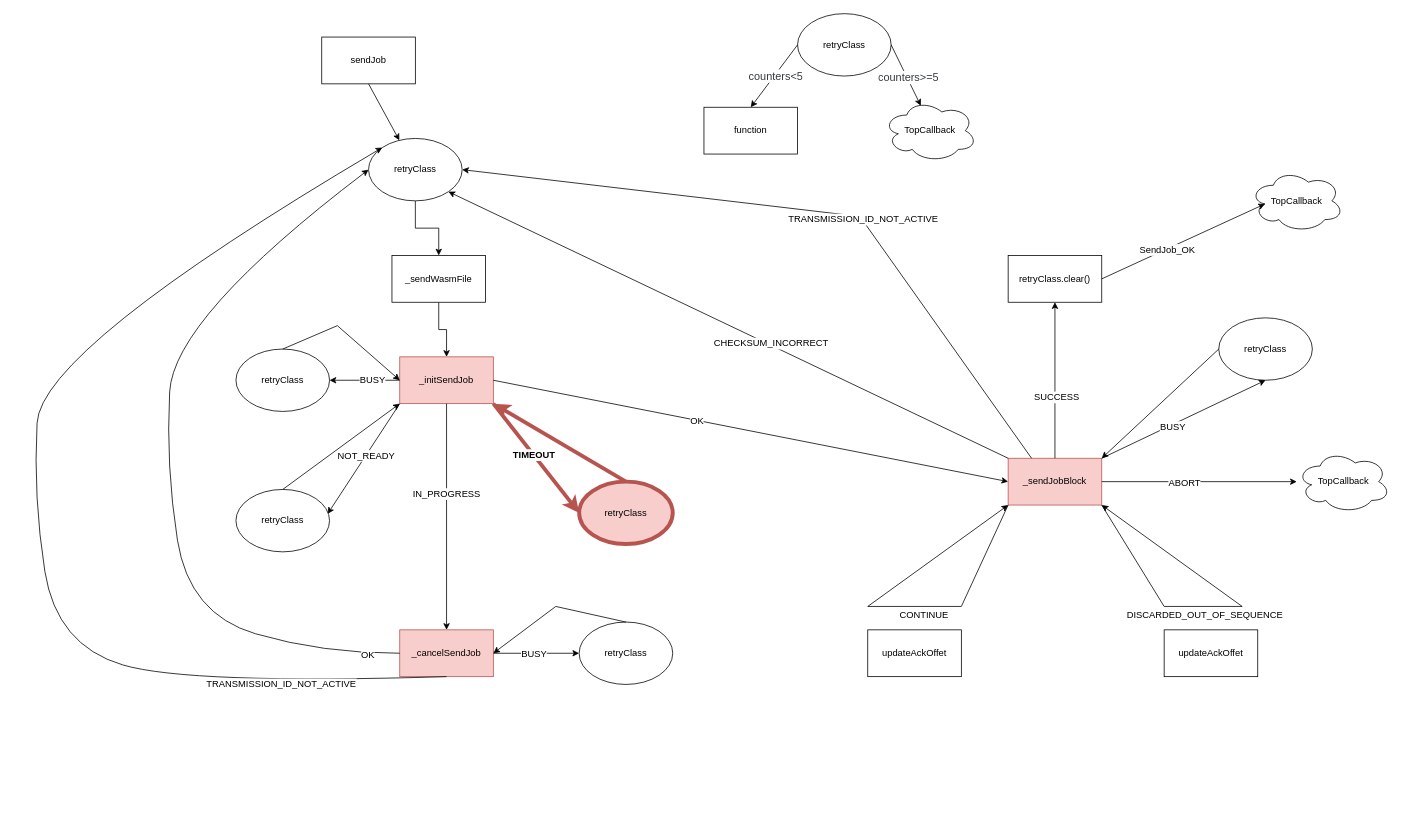
Before: Untitled Diagram.drawio in woruyu/test, a draw.io diagram. Source tidied: cells renumbered, new cells numbered last; positions are measured from the earlier drawing's top-left corner, leaving out a move shared by most shapes. Both pictures are drawn from the tidied source at 78%, with x=0, y=0 at pixel (33, 13).
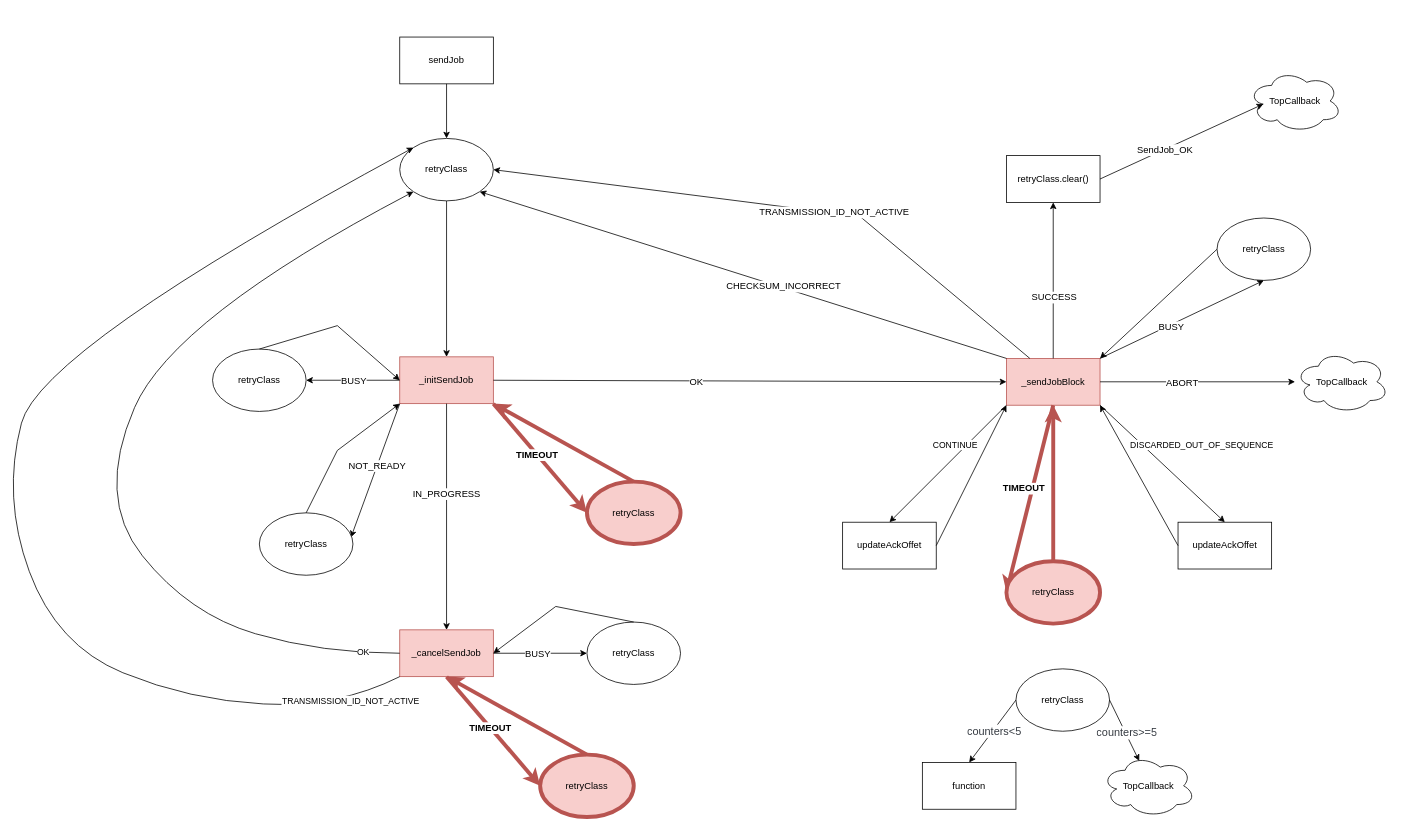
Above is the later version.

The change refers to these unchanged cells:
```xml
<mxCell id="4" value="_initSendJob" style="rounded=0;whiteSpace=wrap;html=1;strokeColor=#b85450;align=center;verticalAlign=middle;fontFamily=Helvetica;fontSize=12;fillColor=#f8cecc;" parent="1" vertex="1">
  <mxGeometry x="470" y="440" width="120" height="60" as="geometry" />
</mxCell>
<mxCell id="18" value="_cancelSendJob" style="rounded=0;whiteSpace=wrap;html=1;strokeColor=#b85450;align=center;verticalAlign=middle;fontFamily=Helvetica;fontSize=12;fillColor=#f8cecc;" parent="1" vertex="1">
  <mxGeometry x="470" y="790" width="120" height="60" as="geometry" />
</mxCell>
<mxCell id="23" style="endArrow=classic;html=1;rounded=0;fontFamily=Helvetica;fontSize=12;fontColor=default;exitX=0;exitY=0.5;exitDx=0;exitDy=0;entryX=1;entryY=0.5;entryDx=0;entryDy=0;" parent="1" edge="1" source="4" target="25">
  <mxGeometry relative="1" as="geometry" />
</mxCell>
```

The edit, as a diff of the source:
```diff
@@
     <mxCell id="2" value="sendJob" style="rounded=0;whiteSpace=wrap;html=1;" parent="1" vertex="1">
-      <mxGeometry x="370" y="30" width="120" height="60" as="geometry" />
+      <mxGeometry x="470" y="30" width="120" height="60" as="geometry" />
     </mxCell>
@@
-    <mxCell id="5" style="endArrow=classic;html=1;rounded=0;fontFamily=Helvetica;fontSize=12;fontColor=default;entryX=0;entryY=0.5;entryDx=0;entryDy=0;" parent="1" edge="1" target="9">
-      <mxGeometry relative="1" as="geometry">
-        <mxPoint x="590" y="470" as="sourcePoint" />
-      </mxGeometry>
+    <mxCell id="5" style="endArrow=classic;html=1;rounded=0;fontFamily=Helvetica;fontSize=12;fontColor=default;entryX=0;entryY=0.5;entryDx=0;entryDy=0;exitX=1;exitY=0.5;exitDx=0;exitDy=0;" parent="1" edge="1" source="4" target="9">
+      <mxGeometry relative="1" as="geometry" />
     </mxCell>
@@
     <mxCell id="9" value="_sendJobBlock" style="rounded=0;whiteSpace=wrap;html=1;strokeColor=#b85450;align=center;verticalAlign=middle;fontFamily=Helvetica;fontSize=12;fillColor=#f8cecc;" parent="1" vertex="1">
-      <mxGeometry x="1250" y="570" width="120" height="60" as="geometry" />
+      <mxGeometry x="1247.8" y="442" width="120" height="60" as="geometry" />
     </mxCell>
     <mxCell id="10" value="retryClass" style="ellipse;whiteSpace=wrap;html=1;rounded=0;strokeColor=default;align=center;verticalAlign=middle;fontFamily=Helvetica;fontSize=12;fontColor=default;fillColor=default;" parent="1" vertex="1">
-      <mxGeometry x="980" width="120" height="80" as="geometry" />
+      <mxGeometry x="1260" y="840" width="120" height="80" as="geometry" />
     </mxCell>
     <mxCell id="11" style="endArrow=classic;html=1;rounded=0;fontFamily=Helvetica;fontSize=12;fontColor=default;exitX=0;exitY=0.5;exitDx=0;exitDy=0;" parent="1" edge="1" source="10">
       <mxGeometry relative="1" as="geometry">
-        <mxPoint x="920" y="120" as="targetPoint" />
+        <mxPoint x="1200" y="960" as="targetPoint" />
       </mxGeometry>
     </mxCell>
@@
     <mxCell id="15" value="function" style="rounded=0;whiteSpace=wrap;html=1;strokeColor=default;align=center;verticalAlign=middle;fontFamily=Helvetica;fontSize=12;fontColor=default;fillColor=default;" parent="1" vertex="1">
-      <mxGeometry x="860" y="120" width="120" height="60" as="geometry" />
+      <mxGeometry x="1140" y="960" width="120" height="60" as="geometry" />
     </mxCell>
@@
     <mxCell id="21" value="retryClass" style="ellipse;whiteSpace=wrap;html=1;rounded=0;strokeColor=default;align=center;verticalAlign=middle;fontFamily=Helvetica;fontSize=12;fontColor=default;fillColor=default;" parent="1" vertex="1">
-      <mxGeometry x="260" y="610" width="120" height="80" as="geometry" />
+      <mxGeometry x="290" y="640" width="120" height="80" as="geometry" />
     </mxCell>
     <mxCell id="22" style="endArrow=classic;html=1;rounded=0;fontFamily=Helvetica;fontSize=12;fontColor=default;exitX=0.5;exitY=0;exitDx=0;exitDy=0;entryX=0;entryY=1;entryDx=0;entryDy=0;" parent="1" edge="1" source="21" target="4">
-      <mxGeometry relative="1" as="geometry" />
+      <mxGeometry relative="1" as="geometry">
+        <Array as="points">
+          <mxPoint x="390" y="560" />
+        </Array>
+      </mxGeometry>
     </mxCell>
@@
     <mxCell id="24" value="BUSY" style="edgeLabel;html=1;align=center;verticalAlign=middle;rounded=0;strokeColor=default;fontFamily=Helvetica;fontSize=12;fontColor=default;fillColor=default;" parent="23" vertex="1">
-      <mxGeometry x="-0.21" y="-1" relative="1" as="geometry" />
+      <mxGeometry x="-0.21" y="-1" relative="1" as="geometry">
+        <mxPoint x="-13" y="1" as="offset" />
+      </mxGeometry>
     </mxCell>
     <mxCell id="25" value="retryClass" style="ellipse;whiteSpace=wrap;html=1;rounded=0;strokeColor=default;align=center;verticalAlign=middle;fontFamily=Helvetica;fontSize=12;fontColor=default;fillColor=default;" parent="1" vertex="1">
-      <mxGeometry x="260" y="430" width="120" height="80" as="geometry" />
+      <mxGeometry x="230" y="430" width="120" height="80" as="geometry" />
     </mxCell>
     <mxCell id="26" value="retryClass" style="ellipse;whiteSpace=wrap;html=1;rounded=0;strokeColor=#b85450;align=center;verticalAlign=middle;fontFamily=Helvetica;fontSize=12;fillColor=#f8cecc;strokeWidth=5;" parent="1" vertex="1">
-      <mxGeometry x="700" y="600" width="120" height="80" as="geometry" />
+      <mxGeometry x="710" y="600" width="120" height="80" as="geometry" />
     </mxCell>
@@
-    <mxCell id="29" style="curved=1;endArrow=classic;html=1;rounded=0;fontFamily=Helvetica;fontSize=12;fontColor=default;exitX=0;exitY=0.5;exitDx=0;exitDy=0;entryX=0;entryY=0.5;entryDx=0;entryDy=0;" parent="1" edge="1" source="18" target="58">
+    <mxCell id="29" style="curved=1;endArrow=classic;html=1;rounded=0;fontFamily=Helvetica;fontSize=12;fontColor=default;exitX=0;exitY=0.5;exitDx=0;exitDy=0;entryX=0;entryY=1;entryDx=0;entryDy=0;" parent="1" edge="1" source="18" target="58">
       <mxGeometry relative="1" as="geometry">
         <Array as="points">
           <mxPoint x="370" y="820" />
           <mxPoint x="200" y="770" />
-          <mxPoint x="170" y="580" />
+          <mxPoint x="80" y="620" />
           <mxPoint x="180" y="390" />
         </Array>
       </mxGeometry>
     </mxCell>
-    <mxCell id="30" value="OK" style="edgeLabel;html=1;align=center;verticalAlign=middle;rounded=0;strokeColor=default;fontFamily=Helvetica;fontSize=12;fontColor=default;fillColor=default;" parent="29" vertex="1">
-      <mxGeometry x="-0.43" y="-4" relative="1" as="geometry">
-        <mxPoint x="225" y="53" as="offset" />
-      </mxGeometry>
+    <mxCell id="30" value="OK" style="edgeLabel;html=1;align=center;verticalAlign=middle;" parent="29" vertex="1">
+      <mxGeometry x="-0.91" y="-2" relative="1" as="geometry" />
     </mxCell>
     <mxCell id="31" value="TopCallback" style="ellipse;shape=cloud;whiteSpace=wrap;html=1;rounded=0;strokeColor=default;align=center;verticalAlign=middle;fontFamily=Helvetica;fontSize=12;fontColor=default;fillColor=default;" parent="1" vertex="1">
-      <mxGeometry x="1090" y="110" width="120" height="80" as="geometry" />
+      <mxGeometry x="1370" y="950" width="120" height="80" as="geometry" />
     </mxCell>
@@
     <mxCell id="34" value="retryClass" style="ellipse;whiteSpace=wrap;html=1;rounded=0;strokeColor=default;align=center;verticalAlign=middle;fontFamily=Helvetica;fontSize=12;fontColor=default;fillColor=default;" parent="1" vertex="1">
-      <mxGeometry x="700" y="780" width="120" height="80" as="geometry" />
+      <mxGeometry x="710" y="780" width="120" height="80" as="geometry" />
     </mxCell>
@@
-    <mxCell id="36" style="endArrow=classic;html=1;rounded=0;fontFamily=Helvetica;fontSize=12;fontColor=default;exitX=0;exitY=1;exitDx=0;exitDy=0;entryX=0;entryY=1;entryDx=0;entryDy=0;" parent="1" edge="1" source="9" target="9">
-      <mxGeometry relative="1" as="geometry">
-        <Array as="points">
-          <mxPoint x="1190" y="760" />
-          <mxPoint x="1070" y="760" />
-        </Array>
-      </mxGeometry>
-    </mxCell>
-    <mxCell id="37" value="CONTINUE" style="edgeLabel;html=1;align=center;verticalAlign=middle;rounded=0;strokeColor=default;fontFamily=Helvetica;fontSize=12;fontColor=default;fillColor=default;" parent="36" vertex="1">
-      <mxGeometry x="-0.21" y="-1" relative="1" as="geometry">
-        <mxPoint y="11" as="offset" />
-      </mxGeometry>
-    </mxCell>
@@
     <mxCell id="40" value="retryClass.clear()" style="rounded=0;whiteSpace=wrap;html=1;strokeColor=default;align=center;verticalAlign=middle;fontFamily=Helvetica;fontSize=12;fontColor=default;fillColor=default;" parent="1" vertex="1">
-      <mxGeometry x="1250" y="310" width="120" height="60" as="geometry" />
+      <mxGeometry x="1247.8" y="182" width="120" height="60" as="geometry" />
     </mxCell>
     <mxCell id="41" value="TopCallback" style="ellipse;shape=cloud;whiteSpace=wrap;html=1;rounded=0;strokeColor=default;align=center;verticalAlign=middle;fontFamily=Helvetica;fontSize=12;fontColor=default;fillColor=default;" parent="1" vertex="1">
-      <mxGeometry x="1560" y="200" width="120" height="80" as="geometry" />
+      <mxGeometry x="1557.8" y="72" width="120" height="80" as="geometry" />
     </mxCell>
     <mxCell id="42" style="endArrow=classic;html=1;rounded=0;fontFamily=Helvetica;fontSize=12;fontColor=default;entryX=0.16;entryY=0.55;entryDx=0;entryDy=0;entryPerimeter=0;" parent="1" edge="1" target="41">
       <mxGeometry relative="1" as="geometry">
-        <mxPoint x="1370" y="340" as="sourcePoint" />
+        <mxPoint x="1367.8" y="212" as="sourcePoint" />
       </mxGeometry>
     </mxCell>
@@
-    <mxCell id="48" style="endArrow=classic;html=1;rounded=0;fontFamily=Helvetica;fontSize=12;fontColor=default;exitX=1;exitY=1;exitDx=0;exitDy=0;" parent="1" edge="1" source="9">
-      <mxGeometry relative="1" as="geometry">
-        <mxPoint x="1370" y="630" as="targetPoint" />
-        <Array as="points">
-          <mxPoint x="1450" y="760" />
-          <mxPoint x="1550" y="760" />
-        </Array>
-      </mxGeometry>
-    </mxCell>
-    <mxCell id="49" value="DISCARDED_OUT_OF_SEQUENCE" style="edgeLabel;html=1;align=center;verticalAlign=middle;rounded=0;strokeColor=default;fontFamily=Helvetica;fontSize=12;fontColor=default;fillColor=default;" parent="48" vertex="1">
-      <mxGeometry x="-0.18" y="-1" relative="1" as="geometry">
-        <mxPoint x="9" y="9" as="offset" />
-      </mxGeometry>
-    </mxCell>
     <mxCell id="50" value="TopCallback" style="ellipse;shape=cloud;whiteSpace=wrap;html=1;rounded=0;strokeColor=default;align=center;verticalAlign=middle;fontFamily=Helvetica;fontSize=12;fontColor=default;fillColor=default;" parent="1" vertex="1">
-      <mxGeometry x="1620" y="560" width="120" height="80" as="geometry" />
+      <mxGeometry x="1617.8" y="432" width="120" height="80" as="geometry" />
     </mxCell>
@@
     <mxCell id="53" value="retryClass" style="ellipse;whiteSpace=wrap;html=1;rounded=0;strokeColor=default;align=center;verticalAlign=middle;fontFamily=Helvetica;fontSize=12;fontColor=default;fillColor=default;" parent="1" vertex="1">
-      <mxGeometry x="1520" y="390" width="120" height="80" as="geometry" />
+      <mxGeometry x="1517.8" y="262" width="120" height="80" as="geometry" />
     </mxCell>
@@
-    <mxCell id="57" style="edgeStyle=orthogonalEdgeStyle;rounded=0;jettySize=auto;html=1;entryX=0.5;entryY=0;entryDx=0;entryDy=0;fontFamily=Helvetica;fontSize=12;fontColor=default;" parent="1" edge="1" source="58" target="62">
+    <mxCell id="57" style="edgeStyle=orthogonalEdgeStyle;rounded=0;jettySize=auto;html=1;entryX=0.5;entryY=0;entryDx=0;entryDy=0;fontFamily=Helvetica;fontSize=12;fontColor=default;" parent="1" edge="1" source="58" target="4">
       <mxGeometry relative="1" as="geometry" />
     </mxCell>
     <mxCell id="58" value="retryClass" style="ellipse;whiteSpace=wrap;html=1;rounded=0;strokeColor=default;align=center;verticalAlign=middle;fontFamily=Helvetica;fontSize=12;fontColor=default;fillColor=default;" parent="1" vertex="1">
-      <mxGeometry x="430" y="160" width="120" height="80" as="geometry" />
+      <mxGeometry x="470" y="160" width="120" height="80" as="geometry" />
     </mxCell>
-    <mxCell id="59" style="curved=1;endArrow=classic;html=1;rounded=0;fontFamily=Helvetica;fontSize=12;fontColor=default;exitX=0.5;exitY=1;exitDx=0;exitDy=0;entryX=0;entryY=0;entryDx=0;entryDy=0;" parent="1" edge="1" source="18" target="58">
+    <mxCell id="59" style="curved=1;endArrow=classic;html=1;rounded=0;fontFamily=Helvetica;fontSize=12;fontColor=default;exitX=0;exitY=1;exitDx=0;exitDy=0;entryX=0;entryY=0;entryDx=0;entryDy=0;" parent="1" edge="1" source="18" target="58">
       <mxGeometry relative="1" as="geometry">
         <Array as="points">
-          <mxPoint x="200" y="860" />
+          <mxPoint x="390" y="890" />
+          <mxPoint x="200" y="880" />
           <mxPoint x="30" y="810" />
-          <mxPoint y="620" />
+          <mxPoint x="-40" y="620" />
           <mxPoint x="10" y="430" />
         </Array>
       </mxGeometry>
     </mxCell>
-    <mxCell id="60" value="TRANSMISSION_ID_NOT_ACTIVE" style="edgeLabel;html=1;align=center;verticalAlign=middle;rounded=0;strokeColor=default;fontFamily=Helvetica;fontSize=12;fontColor=default;fillColor=default;" parent="59" vertex="1">
-      <mxGeometry x="-0.72" y="-3" relative="1" as="geometry">
-        <mxPoint x="-16" y="7" as="offset" />
-      </mxGeometry>
+    <mxCell id="60" value="TRANSMISSION_ID_NOT_ACTIVE" style="edgeLabel;html=1;align=center;verticalAlign=middle;" parent="59" vertex="1">
+      <mxGeometry x="-0.9" y="-1" relative="1" as="geometry" />
     </mxCell>
-    <mxCell id="61" style="edgeStyle=orthogonalEdgeStyle;rounded=0;jettySize=auto;html=1;entryX=0.5;entryY=0;entryDx=0;entryDy=0;fontFamily=Helvetica;fontSize=12;fontColor=default;" parent="1" edge="1" source="62" target="4">
-      <mxGeometry relative="1" as="geometry" />
-    </mxCell>
-    <mxCell id="62" value="_sendWasmFile" style="rounded=0;whiteSpace=wrap;html=1;" parent="1" vertex="1">
-      <mxGeometry x="460" y="310" width="120" height="60" as="geometry" />
-    </mxCell>
     <mxCell id="63" value="updateAckOffet" style="rounded=0;whiteSpace=wrap;html=1;strokeColor=default;align=center;verticalAlign=middle;fontFamily=Helvetica;fontSize=12;fontColor=default;fillColor=default;" parent="1" vertex="1">
-      <mxGeometry x="1070" y="790" width="120" height="60" as="geometry" />
+      <mxGeometry x="1037.8" y="652" width="120" height="60" as="geometry" />
     </mxCell>
     <mxCell id="64" value="updateAckOffet" style="rounded=0;whiteSpace=wrap;html=1;strokeColor=default;align=center;verticalAlign=middle;fontFamily=Helvetica;fontSize=12;fontColor=default;fillColor=default;" parent="1" vertex="1">
-      <mxGeometry x="1450" y="790" width="120" height="60" as="geometry" />
+      <mxGeometry x="1467.8" y="652" width="120" height="60" as="geometry" />
     </mxCell>
+    <mxCell id="65" style="endArrow=classic;html=1;rounded=0;fontFamily=Helvetica;fontSize=12;fontColor=default;exitX=0.5;exitY=1;exitDx=0;exitDy=0;entryX=0;entryY=0.5;entryDx=0;entryDy=0;fillColor=#f8cecc;strokeColor=#b85450;strokeWidth=5;" parent="1" edge="1" source="18" target="67">
+      <mxGeometry relative="1" as="geometry" />
+    </mxCell>
+    <mxCell id="66" value="&lt;b&gt;TIMEOUT&lt;/b&gt;" style="edgeLabel;html=1;align=center;verticalAlign=middle;rounded=0;strokeColor=default;fontFamily=Helvetica;fontSize=12;fontColor=default;fillColor=default;" parent="65" vertex="1">
+      <mxGeometry x="-0.07" relative="1" as="geometry" />
+    </mxCell>
+    <mxCell id="67" value="retryClass" style="ellipse;whiteSpace=wrap;html=1;rounded=0;strokeColor=#b85450;align=center;verticalAlign=middle;fontFamily=Helvetica;fontSize=12;fillColor=#f8cecc;strokeWidth=5;" parent="1" vertex="1">
+      <mxGeometry x="650" y="950" width="120" height="80" as="geometry" />
+    </mxCell>
+    <mxCell id="68" style="endArrow=classic;html=1;rounded=0;fontFamily=Helvetica;fontSize=12;fontColor=default;exitX=0.5;exitY=0;exitDx=0;exitDy=0;entryX=0.5;entryY=1;entryDx=0;entryDy=0;fillColor=#f8cecc;strokeColor=#b85450;strokeWidth=5;" parent="1" edge="1" source="67" target="18">
+      <mxGeometry relative="1" as="geometry" />
+    </mxCell>
+    <mxCell id="69" style="endArrow=classic;html=1;rounded=0;exitX=0;exitY=1;exitDx=0;exitDy=0;entryX=0.5;entryY=0;entryDx=0;entryDy=0;" parent="1" edge="1" source="9" target="63">
+      <mxGeometry relative="1" as="geometry" />
+    </mxCell>
+    <mxCell id="37" value="CONTINUE" style="edgeLabel;html=1;align=center;verticalAlign=middle;" parent="69" vertex="1">
+      <mxGeometry x="-0.34" y="1" relative="1" as="geometry">
+        <mxPoint x="-18" as="offset" />
+      </mxGeometry>
+    </mxCell>
+    <mxCell id="70" style="endArrow=classic;html=1;rounded=0;entryX=0;entryY=1;entryDx=0;entryDy=0;exitX=1;exitY=0.5;exitDx=0;exitDy=0;" parent="1" edge="1" source="63" target="9">
+      <mxGeometry relative="1" as="geometry" />
+    </mxCell>
+    <mxCell id="71" style="endArrow=classic;html=1;rounded=0;entryX=1;entryY=1;entryDx=0;entryDy=0;exitX=0;exitY=0.5;exitDx=0;exitDy=0;" parent="1" edge="1" source="64" target="9">
+      <mxGeometry relative="1" as="geometry" />
+    </mxCell>
+    <mxCell id="72" style="endArrow=classic;html=1;rounded=0;exitX=1;exitY=1;exitDx=0;exitDy=0;entryX=0.5;entryY=0;entryDx=0;entryDy=0;" parent="1" edge="1" source="9" target="64">
+      <mxGeometry relative="1" as="geometry" />
+    </mxCell>
+    <mxCell id="49" value="DISCARDED_OUT_OF_SEQUENCE" style="edgeLabel;html=1;align=center;verticalAlign=middle;" parent="72" vertex="1">
+      <mxGeometry x="-0.39" y="-2" relative="1" as="geometry">
+        <mxPoint x="82" y="3" as="offset" />
+      </mxGeometry>
+    </mxCell>
+    <mxCell id="73" style="endArrow=classic;html=1;rounded=0;fontFamily=Helvetica;fontSize=12;fontColor=default;entryX=0;entryY=0.5;entryDx=0;entryDy=0;fillColor=#f8cecc;strokeColor=#b85450;strokeWidth=5;" parent="1" edge="1" target="75">
+      <mxGeometry relative="1" as="geometry">
+        <mxPoint x="1307.8" y="502" as="sourcePoint" />
+      </mxGeometry>
+    </mxCell>
+    <mxCell id="74" value="&lt;b&gt;TIMEOUT&lt;/b&gt;" style="edgeLabel;html=1;align=center;verticalAlign=middle;rounded=0;strokeColor=default;fontFamily=Helvetica;fontSize=12;fontColor=default;fillColor=default;" parent="73" vertex="1">
+      <mxGeometry x="-0.07" relative="1" as="geometry">
+        <mxPoint x="-10" y="-5" as="offset" />
+      </mxGeometry>
+    </mxCell>
+    <mxCell id="75" value="retryClass" style="ellipse;whiteSpace=wrap;html=1;rounded=0;strokeColor=#b85450;align=center;verticalAlign=middle;fontFamily=Helvetica;fontSize=12;fillColor=#f8cecc;strokeWidth=5;" parent="1" vertex="1">
+      <mxGeometry x="1247.8" y="702" width="120" height="80" as="geometry" />
+    </mxCell>
+    <mxCell id="76" style="endArrow=classic;html=1;rounded=0;fontFamily=Helvetica;fontSize=12;fontColor=default;exitX=0.5;exitY=0;exitDx=0;exitDy=0;entryX=0.5;entryY=1;entryDx=0;entryDy=0;fillColor=#f8cecc;strokeColor=#b85450;strokeWidth=5;" parent="1" edge="1" source="75" target="9">
+      <mxGeometry relative="1" as="geometry" />
+    </mxCell>
```
